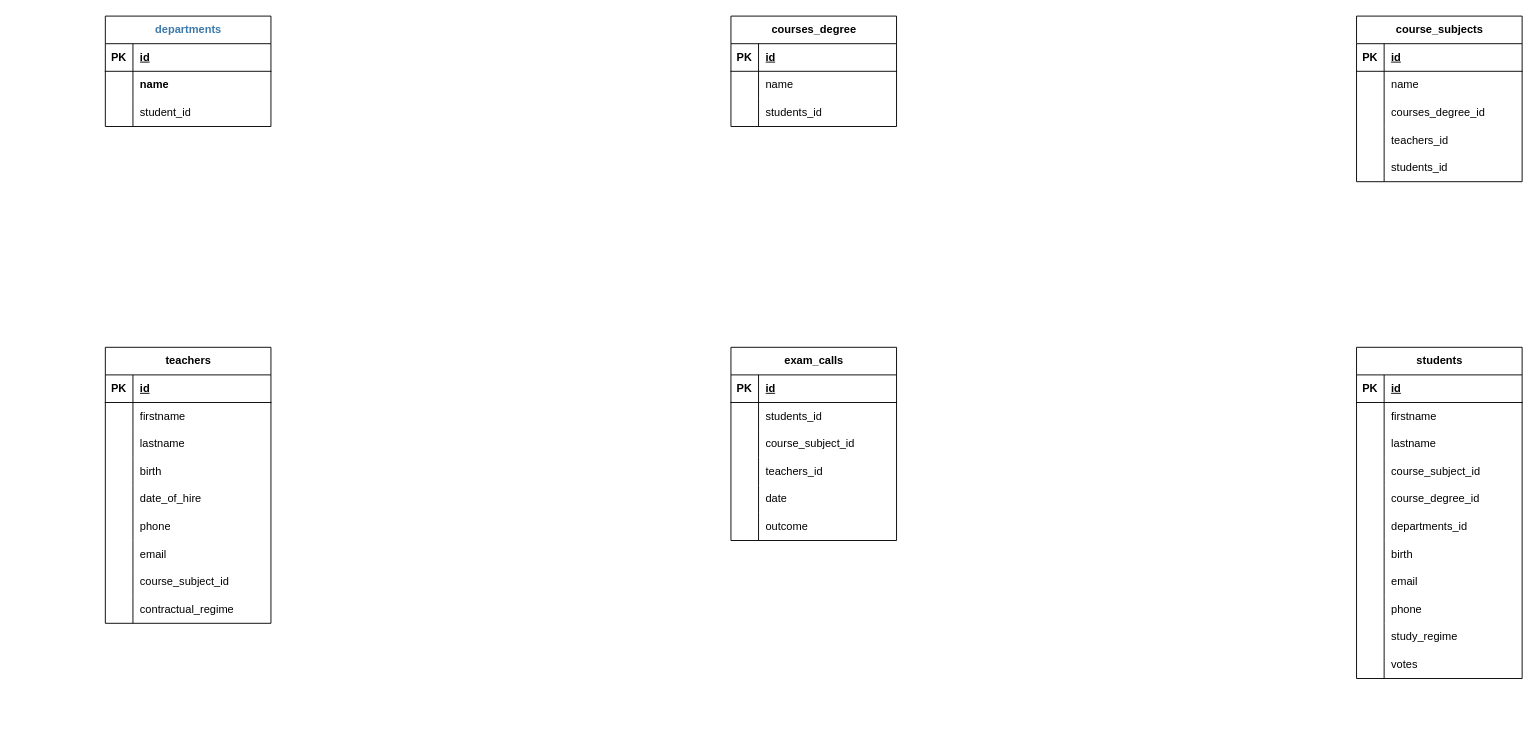
The draw.io diagram schema.drawio in SimoneZoroddu/db-university, before the edit. Source tidied: cells renumbered, new cells numbered last; positions are measured from the earlier drawing's top-left corner, leaving out a move shared by most shapes. Both pictures are drawn from the tidied source at 92%, with x=0, y=0 at pixel (105, 16).
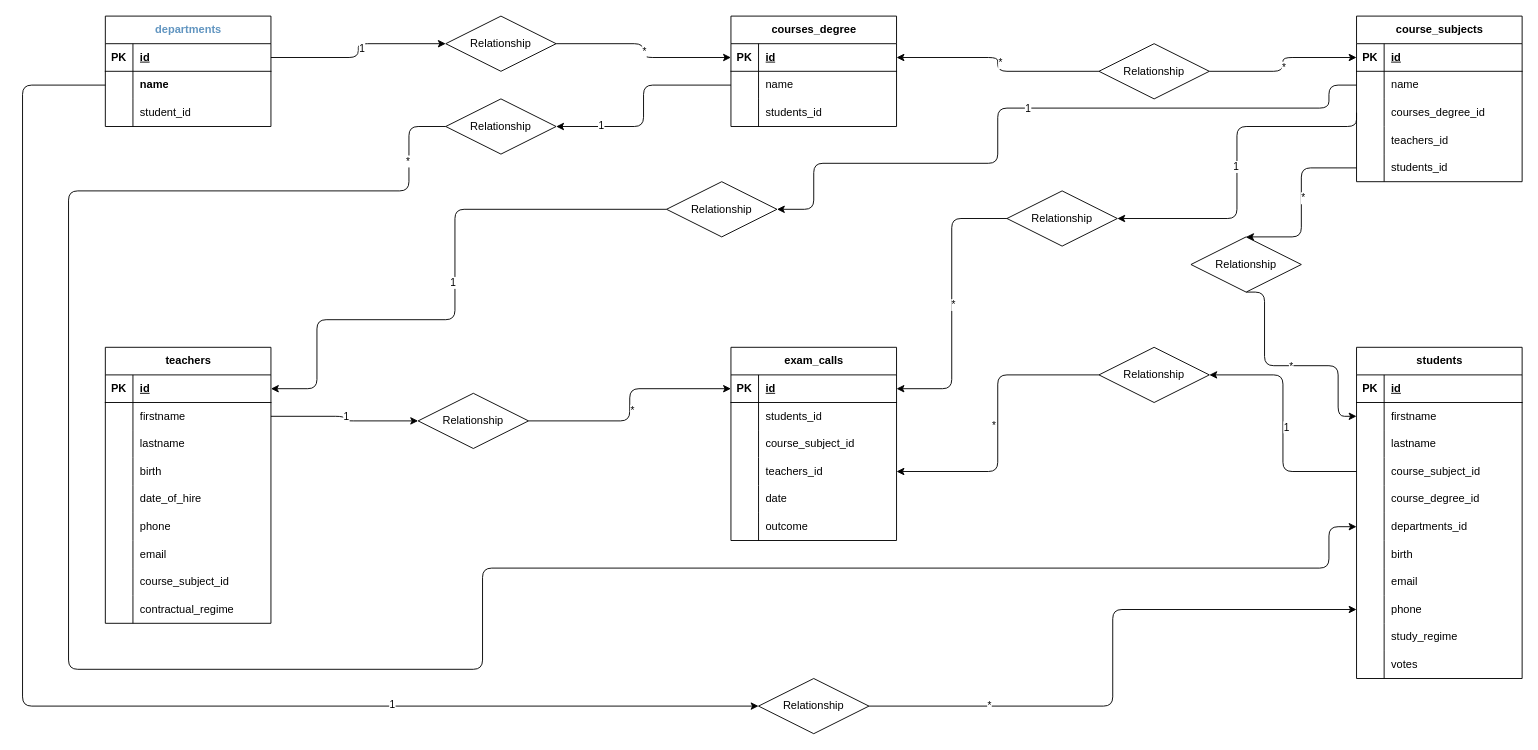
After the change.

Commit message (it also covers changes not shown here):
adding schema.png adn end of exercise

Unchanged cells that the change refers to:
```xml
<mxCell id="3" style="shape=tableRow;horizontal=0;startSize=0;swimlaneHead=0;swimlaneBody=0;fillColor=none;points=[[0,0.5],[1,0.5]];portConstraint=eastwest;top=0;left=0;right=0;bottom=1;" parent="2" vertex="1">
  <mxGeometry y="30" width="180" height="30" as="geometry" />
</mxCell>
<mxCell id="6" style="shape=tableRow;horizontal=0;startSize=0;swimlaneHead=0;swimlaneBody=0;fillColor=none;points=[[0,0.5],[1,0.5]];portConstraint=eastwest;top=0;left=0;right=0;bottom=0;" parent="2" vertex="1">
  <mxGeometry y="60" width="180" height="30" as="geometry" />
</mxCell>
<mxCell id="13" style="shape=tableRow;horizontal=0;startSize=0;swimlaneHead=0;swimlaneBody=0;fillColor=none;points=[[0,0.5],[1,0.5]];portConstraint=eastwest;top=0;left=0;right=0;bottom=1;" parent="12" vertex="1">
  <mxGeometry y="30" width="180" height="30" as="geometry" />
</mxCell>
<mxCell id="16" style="shape=tableRow;horizontal=0;startSize=0;swimlaneHead=0;swimlaneBody=0;fillColor=none;points=[[0,0.5],[1,0.5]];portConstraint=eastwest;top=0;left=0;right=0;bottom=0;" parent="12" vertex="1">
  <mxGeometry y="60" width="180" height="30" as="geometry" />
</mxCell>
<mxCell id="23" style="shape=tableRow;horizontal=0;startSize=0;swimlaneHead=0;swimlaneBody=0;fillColor=none;points=[[0,0.5],[1,0.5]];portConstraint=eastwest;top=0;left=0;right=0;bottom=1;" parent="22" vertex="1">
  <mxGeometry y="30" width="180" height="30" as="geometry" />
</mxCell>
<mxCell id="26" style="shape=tableRow;horizontal=0;startSize=0;swimlaneHead=0;swimlaneBody=0;fillColor=none;points=[[0,0.5],[1,0.5]];portConstraint=eastwest;top=0;left=0;right=0;bottom=0;" parent="22" vertex="1">
  <mxGeometry y="60" width="180" height="30" as="geometry" />
</mxCell>
<mxCell id="29" style="shape=tableRow;horizontal=0;startSize=0;swimlaneHead=0;swimlaneBody=0;fillColor=none;points=[[0,0.5],[1,0.5]];portConstraint=eastwest;top=0;left=0;right=0;bottom=0;" parent="22" vertex="1">
  <mxGeometry y="90" width="180" height="30" as="geometry" />
</mxCell>
<mxCell id="35" style="shape=tableRow;horizontal=0;startSize=0;swimlaneHead=0;swimlaneBody=0;fillColor=none;points=[[0,0.5],[1,0.5]];portConstraint=eastwest;top=0;left=0;right=0;bottom=0;" parent="22" vertex="1">
  <mxGeometry y="150" width="180" height="30" as="geometry" />
</mxCell>
<mxCell id="39" style="shape=tableRow;horizontal=0;startSize=0;swimlaneHead=0;swimlaneBody=0;fillColor=none;points=[[0,0.5],[1,0.5]];portConstraint=eastwest;top=0;left=0;right=0;bottom=1;" parent="38" vertex="1">
  <mxGeometry y="30" width="180" height="30" as="geometry" />
</mxCell>
<mxCell id="42" style="shape=tableRow;horizontal=0;startSize=0;swimlaneHead=0;swimlaneBody=0;fillColor=none;points=[[0,0.5],[1,0.5]];portConstraint=eastwest;top=0;left=0;right=0;bottom=0;" parent="38" vertex="1">
  <mxGeometry y="60" width="180" height="30" as="geometry" />
</mxCell>
<mxCell id="67" style="shape=tableRow;horizontal=0;startSize=0;swimlaneHead=0;swimlaneBody=0;fillColor=none;points=[[0,0.5],[1,0.5]];portConstraint=eastwest;top=0;left=0;right=0;bottom=1;" parent="66" vertex="1">
  <mxGeometry y="30" width="180" height="30" as="geometry" />
</mxCell>
<mxCell id="76" style="shape=tableRow;horizontal=0;startSize=0;swimlaneHead=0;swimlaneBody=0;fillColor=none;points=[[0,0.5],[1,0.5]];portConstraint=eastwest;top=0;left=0;right=0;bottom=0;" parent="66" vertex="1">
  <mxGeometry y="120" width="180" height="30" as="geometry" />
</mxCell>
<mxCell id="89" style="shape=tableRow;horizontal=0;startSize=0;swimlaneHead=0;swimlaneBody=0;fillColor=none;points=[[0,0.5],[1,0.5]];portConstraint=eastwest;top=0;left=0;right=0;bottom=0;" parent="85" vertex="1">
  <mxGeometry y="60" width="180" height="30" as="geometry" />
</mxCell>
<mxCell id="95" style="shape=tableRow;horizontal=0;startSize=0;swimlaneHead=0;swimlaneBody=0;fillColor=none;points=[[0,0.5],[1,0.5]];portConstraint=eastwest;top=0;left=0;right=0;bottom=0;" parent="85" vertex="1">
  <mxGeometry y="120" width="180" height="30" as="geometry" />
</mxCell>
<mxCell id="101" style="shape=tableRow;horizontal=0;startSize=0;swimlaneHead=0;swimlaneBody=0;fillColor=none;points=[[0,0.5],[1,0.5]];portConstraint=eastwest;top=0;left=0;right=0;bottom=0;" parent="85" vertex="1">
  <mxGeometry y="180" width="180" height="30" as="geometry" />
</mxCell>
<mxCell id="110" style="shape=tableRow;horizontal=0;startSize=0;swimlaneHead=0;swimlaneBody=0;fillColor=none;points=[[0,0.5],[1,0.5]];portConstraint=eastwest;top=0;left=0;right=0;bottom=0;" parent="85" vertex="1">
  <mxGeometry y="270" width="180" height="30" as="geometry" />
</mxCell>
```

Diff of the diagram source:
```diff
@@
-    <mxCell id="2" value="&lt;font color=&quot;#3d79ab&quot;&gt;departments&lt;/font&gt;" style="shape=table;startSize=30;childLayout=tableLayout;rowLines=0;fontStyle=1;align=center;html=1;" parent="1" vertex="1">
+    <mxCell id="2" value="&lt;font color=&quot;#6195c0&quot;&gt;departments&lt;/font&gt;" style="shape=table;startSize=30;childLayout=tableLayout;rowLines=0;fontStyle=1;align=center;html=1;" parent="1" vertex="1">
       <mxGeometry width="180" height="120" as="geometry" />
     </mxCell>
@@
+    <mxCell id="119" style="edgeStyle=orthogonalEdgeStyle;html=1;exitX=1;exitY=0.5;exitDx=0;exitDy=0;entryX=0;entryY=0.5;entryDx=0;entryDy=0;" parent="1" edge="1" source="121" target="13">
+      <mxGeometry relative="1" as="geometry" />
+    </mxCell>
+    <mxCell id="120" value="*" style="edgeLabel;html=1;align=center;verticalAlign=middle;" parent="119" vertex="1">
+      <mxGeometry relative="1" as="geometry" />
+    </mxCell>
+    <mxCell id="121" value="Relationship" style="shape=rhombus;perimeter=rhombusPerimeter;whiteSpace=wrap;html=1;align=center;" parent="1" vertex="1">
+      <mxGeometry x="370" width="120" height="60" as="geometry" />
+    </mxCell>
+    <mxCell id="122" style="edgeStyle=orthogonalEdgeStyle;html=1;exitX=1;exitY=0.5;exitDx=0;exitDy=0;entryX=0;entryY=0.5;entryDx=0;entryDy=0;" parent="1" edge="1" source="126" target="23">
+      <mxGeometry relative="1" as="geometry" />
+    </mxCell>
+    <mxCell id="123" value="*" style="edgeLabel;html=1;align=center;verticalAlign=middle;" parent="122" vertex="1">
+      <mxGeometry x="-0.03" relative="1" as="geometry" />
+    </mxCell>
+    <mxCell id="124" style="edgeStyle=orthogonalEdgeStyle;html=1;exitX=0;exitY=0.5;exitDx=0;exitDy=0;entryX=1;entryY=0.5;entryDx=0;entryDy=0;" parent="1" edge="1" source="126" target="13">
+      <mxGeometry relative="1" as="geometry" />
+    </mxCell>
+    <mxCell id="125" value="*" style="edgeLabel;html=1;align=center;verticalAlign=middle;" parent="124" vertex="1">
+      <mxGeometry x="0.02" y="-2" relative="1" as="geometry" />
+    </mxCell>
+    <mxCell id="126" value="Relationship" style="shape=rhombus;perimeter=rhombusPerimeter;whiteSpace=wrap;html=1;align=center;" parent="1" vertex="1">
+      <mxGeometry x="1080" y="30" width="120" height="60" as="geometry" />
+    </mxCell>
+    <mxCell id="127" style="edgeStyle=orthogonalEdgeStyle;html=1;exitX=0;exitY=0.5;exitDx=0;exitDy=0;entryX=1;entryY=0.5;entryDx=0;entryDy=0;" parent="1" edge="1" source="129" target="39">
+      <mxGeometry relative="1" as="geometry">
+        <Array as="points">
+          <mxPoint x="380" y="210" />
+          <mxPoint x="380" y="330" />
+          <mxPoint x="230" y="330" />
+          <mxPoint x="230" y="405" />
+        </Array>
+      </mxGeometry>
+    </mxCell>
+    <mxCell id="128" value="1" style="edgeLabel;html=1;align=center;verticalAlign=middle;" parent="127" vertex="1">
+      <mxGeometry x="-0.01" y="-3" relative="1" as="geometry" />
+    </mxCell>
+    <mxCell id="129" value="Relationship" style="shape=rhombus;perimeter=rhombusPerimeter;whiteSpace=wrap;html=1;align=center;" parent="1" vertex="1">
+      <mxGeometry x="610" y="180" width="120" height="60" as="geometry" />
+    </mxCell>
+    <mxCell id="130" style="edgeStyle=orthogonalEdgeStyle;html=1;exitX=0;exitY=0.5;exitDx=0;exitDy=0;entryX=1;entryY=0.5;entryDx=0;entryDy=0;" parent="1" edge="1" source="132" target="76">
+      <mxGeometry relative="1" as="geometry" />
+    </mxCell>
+    <mxCell id="131" value="*" style="edgeLabel;html=1;align=center;verticalAlign=middle;" parent="130" vertex="1">
+      <mxGeometry x="0.01" y="-5" relative="1" as="geometry" />
+    </mxCell>
+    <mxCell id="132" value="Relationship" style="shape=rhombus;perimeter=rhombusPerimeter;whiteSpace=wrap;html=1;align=center;" parent="1" vertex="1">
+      <mxGeometry x="1080" y="360" width="120" height="60" as="geometry" />
+    </mxCell>
+    <mxCell id="133" style="edgeStyle=orthogonalEdgeStyle;html=1;exitX=0.5;exitY=1;exitDx=0;exitDy=0;entryX=0;entryY=0.5;entryDx=0;entryDy=0;" parent="1" edge="1" source="135" target="89">
+      <mxGeometry relative="1" as="geometry">
+        <Array as="points">
+          <mxPoint x="1260" y="300" />
+          <mxPoint x="1260" y="380" />
+          <mxPoint x="1340" y="380" />
+          <mxPoint x="1340" y="435" />
+        </Array>
+      </mxGeometry>
+    </mxCell>
+    <mxCell id="134" value="*" style="edgeLabel;html=1;align=center;verticalAlign=middle;" parent="133" vertex="1">
+      <mxGeometry relative="1" as="geometry" />
+    </mxCell>
+    <mxCell id="135" value="Relationship" style="shape=rhombus;perimeter=rhombusPerimeter;whiteSpace=wrap;html=1;align=center;" parent="1" vertex="1">
+      <mxGeometry x="1180" y="240" width="120" height="60" as="geometry" />
+    </mxCell>
+    <mxCell id="136" style="edgeStyle=orthogonalEdgeStyle;html=1;exitX=1;exitY=0.5;exitDx=0;exitDy=0;entryX=0;entryY=0.5;entryDx=0;entryDy=0;" parent="1" edge="1" source="3" target="121">
+      <mxGeometry relative="1" as="geometry" />
+    </mxCell>
+    <mxCell id="137" value="1" style="edgeLabel;html=1;align=center;verticalAlign=middle;" parent="136" vertex="1">
+      <mxGeometry x="0.03" y="-3" relative="1" as="geometry" />
+    </mxCell>
+    <mxCell id="138" style="edgeStyle=orthogonalEdgeStyle;html=1;exitX=0;exitY=0.5;exitDx=0;exitDy=0;entryX=0.5;entryY=0;entryDx=0;entryDy=0;" parent="1" edge="1" source="35" target="135">
+      <mxGeometry relative="1" as="geometry">
+        <Array as="points">
+          <mxPoint x="1300" y="165" />
+          <mxPoint x="1300" y="240" />
+        </Array>
+      </mxGeometry>
+    </mxCell>
+    <mxCell id="139" value="*" style="edgeLabel;html=1;align=center;verticalAlign=middle;" parent="138" vertex="1">
+      <mxGeometry x="-0.06" y="1" relative="1" as="geometry" />
+    </mxCell>
+    <mxCell id="140" style="edgeStyle=orthogonalEdgeStyle;html=1;exitX=0;exitY=0.5;exitDx=0;exitDy=0;entryX=1;entryY=0.5;entryDx=0;entryDy=0;" parent="1" edge="1" source="95" target="132">
+      <mxGeometry relative="1" as="geometry" />
+    </mxCell>
+    <mxCell id="141" value="1" style="edgeLabel;html=1;align=center;verticalAlign=middle;" parent="140" vertex="1">
+      <mxGeometry x="-0.03" y="-3" relative="1" as="geometry" />
+    </mxCell>
+    <mxCell id="142" style="edgeStyle=orthogonalEdgeStyle;html=1;exitX=1;exitY=0.5;exitDx=0;exitDy=0;entryX=0;entryY=0.5;entryDx=0;entryDy=0;" parent="1" edge="1" source="144" target="67">
+      <mxGeometry relative="1" as="geometry" />
+    </mxCell>
+    <mxCell id="143" value="*" style="edgeLabel;html=1;align=center;verticalAlign=middle;" parent="142" vertex="1">
+      <mxGeometry x="-0.04" y="-2" relative="1" as="geometry" />
+    </mxCell>
+    <mxCell id="144" value="Relationship" style="shape=rhombus;perimeter=rhombusPerimeter;whiteSpace=wrap;html=1;align=center;" parent="1" vertex="1">
+      <mxGeometry x="340" y="410" width="120" height="60" as="geometry" />
+    </mxCell>
+    <mxCell id="145" style="edgeStyle=orthogonalEdgeStyle;html=1;exitX=0;exitY=0.5;exitDx=0;exitDy=0;entryX=1;entryY=0.5;entryDx=0;entryDy=0;" parent="1" edge="1" source="147" target="67">
+      <mxGeometry relative="1" as="geometry" />
+    </mxCell>
+    <mxCell id="146" value="*" style="edgeLabel;html=1;align=center;verticalAlign=middle;" parent="145" vertex="1">
+      <mxGeometry y="1" relative="1" as="geometry" />
+    </mxCell>
+    <mxCell id="147" value="Relationship" style="shape=rhombus;perimeter=rhombusPerimeter;whiteSpace=wrap;html=1;align=center;" parent="1" vertex="1">
+      <mxGeometry x="980" y="190" width="120" height="60" as="geometry" />
+    </mxCell>
+    <mxCell id="148" style="edgeStyle=orthogonalEdgeStyle;html=1;exitX=0;exitY=0.5;exitDx=0;exitDy=0;entryX=1;entryY=0.5;entryDx=0;entryDy=0;" parent="1" edge="1" source="26" target="129">
+      <mxGeometry relative="1" as="geometry">
+        <Array as="points">
+          <mxPoint x="1330" y="75" />
+          <mxPoint x="1330" y="100" />
+          <mxPoint x="970" y="100" />
+          <mxPoint x="970" y="160" />
+          <mxPoint x="770" y="160" />
+          <mxPoint x="770" y="210" />
+        </Array>
+      </mxGeometry>
+    </mxCell>
+    <mxCell id="149" value="1" style="edgeLabel;html=1;align=center;verticalAlign=middle;" parent="148" vertex="1">
+      <mxGeometry relative="1" as="geometry" />
+    </mxCell>
+    <mxCell id="150" style="edgeStyle=orthogonalEdgeStyle;html=1;exitX=0;exitY=0.5;exitDx=0;exitDy=0;entryX=1;entryY=0.5;entryDx=0;entryDy=0;" parent="1" edge="1" source="29" target="147">
+      <mxGeometry relative="1" as="geometry">
+        <Array as="points">
+          <mxPoint x="1360" y="120" />
+          <mxPoint x="1230" y="120" />
+          <mxPoint x="1230" y="220" />
+        </Array>
+      </mxGeometry>
+    </mxCell>
+    <mxCell id="151" value="1" style="edgeLabel;html=1;align=center;verticalAlign=middle;" parent="150" vertex="1">
+      <mxGeometry y="-2" relative="1" as="geometry" />
+    </mxCell>
+    <mxCell id="152" style="edgeStyle=orthogonalEdgeStyle;html=1;exitX=1;exitY=0.5;exitDx=0;exitDy=0;entryX=0;entryY=0.5;entryDx=0;entryDy=0;" parent="1" edge="1" source="42" target="144">
+      <mxGeometry relative="1" as="geometry" />
+    </mxCell>
+    <mxCell id="153" value="1" style="edgeLabel;html=1;align=center;verticalAlign=middle;" parent="152" vertex="1">
+      <mxGeometry x="-0.03" y="1" relative="1" as="geometry" />
+    </mxCell>
+    <mxCell id="154" style="edgeStyle=orthogonalEdgeStyle;html=1;exitX=0;exitY=0.5;exitDx=0;exitDy=0;entryX=0;entryY=0.5;entryDx=0;entryDy=0;" parent="1" edge="1" source="156" target="101">
+      <mxGeometry relative="1" as="geometry">
+        <Array as="points">
+          <mxPoint x="330" y="120" />
+          <mxPoint x="330" y="190" />
+          <mxPoint x="-40" y="190" />
+          <mxPoint x="-40" y="710" />
+          <mxPoint x="410" y="710" />
+          <mxPoint x="410" y="600" />
+          <mxPoint x="1330" y="600" />
+          <mxPoint x="1330" y="555" />
+        </Array>
+      </mxGeometry>
+    </mxCell>
+    <mxCell id="155" value="*" style="edgeLabel;html=1;align=center;verticalAlign=middle;" parent="154" vertex="1">
+      <mxGeometry x="-0.94" y="-2" relative="1" as="geometry" />
+    </mxCell>
+    <mxCell id="156" value="Relationship" style="shape=rhombus;perimeter=rhombusPerimeter;whiteSpace=wrap;html=1;align=center;" parent="1" vertex="1">
+      <mxGeometry x="370" y="90" width="120" height="60" as="geometry" />
+    </mxCell>
+    <mxCell id="157" style="edgeStyle=orthogonalEdgeStyle;html=1;exitX=1;exitY=0.5;exitDx=0;exitDy=0;entryX=0;entryY=0.5;entryDx=0;entryDy=0;" parent="1" edge="1" source="159" target="110">
+      <mxGeometry relative="1" as="geometry" />
+    </mxCell>
+    <mxCell id="158" value="*" style="edgeLabel;html=1;align=center;verticalAlign=middle;" parent="157" vertex="1">
+      <mxGeometry x="-0.59" y="1" relative="1" as="geometry" />
+    </mxCell>
+    <mxCell id="159" value="Relationship" style="shape=rhombus;perimeter=rhombusPerimeter;whiteSpace=wrap;html=1;align=center;" parent="1" vertex="1">
+      <mxGeometry x="710" y="720" width="120" height="60" as="geometry" />
+    </mxCell>
+    <mxCell id="160" style="edgeStyle=orthogonalEdgeStyle;html=1;exitX=0;exitY=0.5;exitDx=0;exitDy=0;entryX=1;entryY=0.5;entryDx=0;entryDy=0;" parent="1" edge="1" source="16" target="156">
+      <mxGeometry relative="1" as="geometry" />
+    </mxCell>
+    <mxCell id="161" value="1" style="edgeLabel;html=1;align=center;verticalAlign=middle;" parent="160" vertex="1">
+      <mxGeometry x="0.59" y="-2" relative="1" as="geometry" />
+    </mxCell>
+    <mxCell id="162" style="edgeStyle=orthogonalEdgeStyle;html=1;exitX=0;exitY=0.5;exitDx=0;exitDy=0;entryX=0;entryY=0.5;entryDx=0;entryDy=0;" parent="1" edge="1" source="6" target="159">
+      <mxGeometry relative="1" as="geometry">
+        <Array as="points">
+          <mxPoint x="-90" y="75" />
+          <mxPoint x="-90" y="750" />
+        </Array>
+      </mxGeometry>
+    </mxCell>
+    <mxCell id="163" value="1" style="edgeLabel;html=1;align=center;verticalAlign=middle;" parent="162" vertex="1">
+      <mxGeometry x="0.49" y="2" relative="1" as="geometry" />
+    </mxCell>
```
